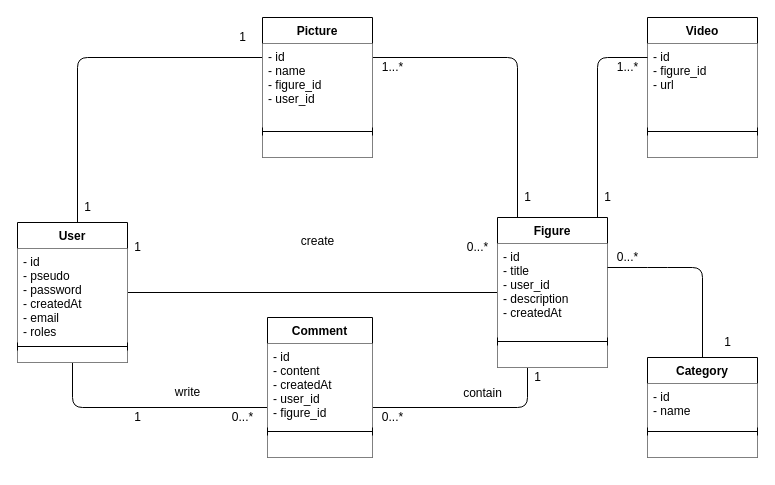
This is Diagrammes/Diagramme de classes/Diagramme de classes.drawio from JgPhil/Snowtricks, a draw.io file, before an edit. Source tidied: cells renumbered, new cells numbered last; positions are measured from the earlier drawing's top-left corner, leaving out a move shared by most shapes. Both pictures are drawn from the tidied source at 100%, with x=0, y=0 at pixel (17, 17).
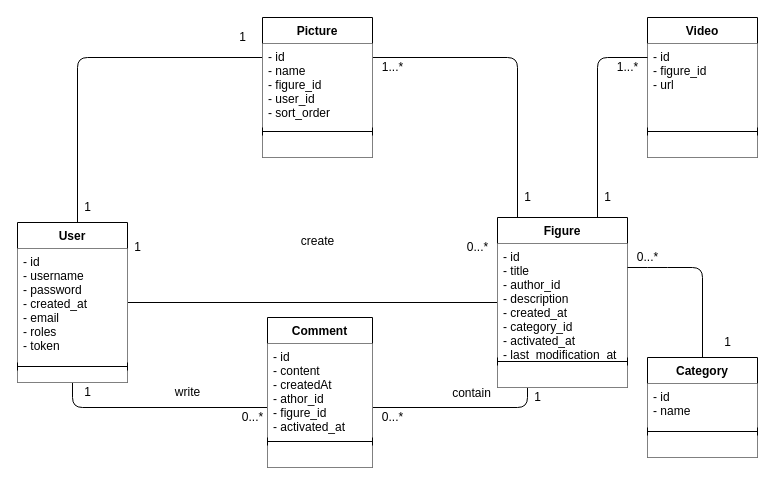
The same page after the edit.

The change refers to these unchanged cells:
```xml
<mxCell id="42" value="Picture" style="swimlane;fontStyle=1;align=center;verticalAlign=top;horizontal=1;startSize=26;swimlaneLine=1;backgroundOutline=0;fillColor=#ffffff;" parent="1" vertex="1">
  <mxGeometry x="245" width="110" height="140" as="geometry" />
</mxCell>
```

The edit, as a diff of the source:
```diff
@@
     <mxCell id="8" value="1" style="text;html=1;align=center;verticalAlign=middle;" parent="1" vertex="1">
-      <mxGeometry x="110" y="390" width="20" height="20" as="geometry" />
+      <mxGeometry x="60" y="365" width="20" height="20" as="geometry" />
     </mxCell>
@@
     <mxCell id="11" value="0...*" style="text;html=1;align=center;verticalAlign=middle;" parent="1" vertex="1">
-      <mxGeometry x="205" y="390" width="40" height="20" as="geometry" />
+      <mxGeometry x="215" y="390" width="40" height="20" as="geometry" />
     </mxCell>
     <mxCell id="12" value="Comment" style="swimlane;fontStyle=1;align=center;verticalAlign=top;horizontal=1;startSize=26;swimlaneLine=1;backgroundOutline=0;fillColor=#ffffff;" parent="1" vertex="1">
-      <mxGeometry x="250" y="300" width="105" height="140" as="geometry" />
+      <mxGeometry x="250" y="300" width="105" height="150" as="geometry" />
     </mxCell>
-    <mxCell id="13" value="- id&#10;- content&#10;- createdAt&#10;- user_id&#10;- figure_id" style="text;strokeColor=none;fillColor=#ffffff;align=left;verticalAlign=top;spacingLeft=4;spacingRight=4;overflow=hidden;shadow=0;" parent="12" vertex="1">
-      <mxGeometry y="26" width="105" height="84" as="geometry" />
+    <mxCell id="13" value="- id&#10;- content&#10;- createdAt&#10;- athor_id&#10;- figure_id&#10;- activated_at" style="text;strokeColor=none;fillColor=#ffffff;align=left;verticalAlign=top;spacingLeft=4;spacingRight=4;overflow=hidden;shadow=0;" parent="12" vertex="1">
+      <mxGeometry y="26" width="105" height="94" as="geometry" />
     </mxCell>
     <mxCell id="14" style="line;strokeWidth=1;fillColor=#ffffff;align=left;verticalAlign=middle;spacingTop=-1;spacingLeft=3;spacingRight=3;labelPosition=right;" parent="12" vertex="1">
-      <mxGeometry y="110" width="105" height="8" as="geometry" />
+      <mxGeometry y="120" width="105" height="8" as="geometry" />
     </mxCell>
     <mxCell id="15" style="text;strokeColor=none;fillColor=#ffffff;align=left;verticalAlign=top;spacingLeft=4;spacingRight=4;overflow=hidden;" parent="12" vertex="1">
-      <mxGeometry y="118" width="105" height="22" as="geometry" />
+      <mxGeometry y="128" width="105" height="22" as="geometry" />
     </mxCell>
@@
     <mxCell id="22" value="Figure" style="swimlane;fontStyle=1;align=center;verticalAlign=top;horizontal=1;startSize=26;swimlaneLine=1;backgroundOutline=0;fillColor=#ffffff;" parent="1" vertex="1">
-      <mxGeometry x="480" y="200" width="110" height="150" as="geometry" />
+      <mxGeometry x="480" y="200" width="130" height="170" as="geometry" />
     </mxCell>
-    <mxCell id="23" value="- id&#10;- title&#10;- user_id&#10;- description&#10;- createdAt" style="text;strokeColor=none;fillColor=#ffffff;align=left;verticalAlign=top;spacingLeft=4;spacingRight=4;overflow=hidden;shadow=0;" parent="22" vertex="1">
-      <mxGeometry y="26" width="110" height="94" as="geometry" />
+    <mxCell id="23" value="- id&#10;- title&#10;- author_id&#10;- description&#10;- created_at&#10;- category_id&#10;- activated_at&#10;- last_modification_at&#10;&#10;" style="text;strokeColor=none;fillColor=#ffffff;align=left;verticalAlign=top;spacingLeft=4;spacingRight=4;overflow=hidden;shadow=0;" parent="22" vertex="1">
+      <mxGeometry y="26" width="130" height="114" as="geometry" />
     </mxCell>
     <mxCell id="24" style="line;strokeWidth=1;fillColor=#ffffff;align=left;verticalAlign=middle;spacingTop=-1;spacingLeft=3;spacingRight=3;labelPosition=right;" parent="22" vertex="1">
-      <mxGeometry y="120" width="110" height="8" as="geometry" />
+      <mxGeometry y="140" width="130" height="8" as="geometry" />
     </mxCell>
     <mxCell id="25" style="text;strokeColor=none;fillColor=#ffffff;align=left;verticalAlign=top;spacingLeft=4;spacingRight=4;overflow=hidden;" parent="22" vertex="1">
-      <mxGeometry y="128" width="110" height="22" as="geometry" />
+      <mxGeometry y="148" width="130" height="22" as="geometry" />
     </mxCell>
@@
     <mxCell id="35" value="1" style="text;html=1;align=center;verticalAlign=middle;" parent="1" vertex="1">
-      <mxGeometry x="510" y="350" width="20" height="20" as="geometry" />
+      <mxGeometry x="510" y="370" width="20" height="20" as="geometry" />
     </mxCell>
@@
     <mxCell id="37" value="0...*" style="text;html=1;align=center;verticalAlign=middle;" parent="1" vertex="1">
-      <mxGeometry x="590" y="230" width="40" height="20" as="geometry" />
+      <mxGeometry x="610" y="230" width="40" height="20" as="geometry" />
     </mxCell>
     <mxCell id="38" value="User&#10;" style="swimlane;fontStyle=1;align=center;verticalAlign=top;horizontal=1;startSize=26;swimlaneLine=1;backgroundOutline=0;fillColor=#ffffff;" parent="1" vertex="1">
-      <mxGeometry y="205" width="110" height="140" as="geometry" />
+      <mxGeometry y="205" width="110" height="160" as="geometry" />
     </mxCell>
-    <mxCell id="39" value="- id&#10;- pseudo&#10;- password&#10;- createdAt&#10;- email&#10;- roles&#10;" style="text;strokeColor=none;fillColor=#ffffff;align=left;verticalAlign=top;spacingLeft=4;spacingRight=4;overflow=hidden;shadow=0;" parent="38" vertex="1">
-      <mxGeometry y="26" width="110" height="94" as="geometry" />
+    <mxCell id="39" value="- id&#10;- username&#10;- password&#10;- created_at&#10;- email&#10;- roles&#10;- token&#10;" style="text;strokeColor=none;fillColor=#ffffff;align=left;verticalAlign=top;spacingLeft=4;spacingRight=4;overflow=hidden;shadow=0;" parent="38" vertex="1">
+      <mxGeometry y="26" width="110" height="114" as="geometry" />
     </mxCell>
     <mxCell id="40" style="line;strokeWidth=1;fillColor=#ffffff;align=left;verticalAlign=middle;spacingTop=-1;spacingLeft=3;spacingRight=3;labelPosition=right;" parent="38" vertex="1">
-      <mxGeometry y="120" width="110" height="8" as="geometry" />
+      <mxGeometry y="140" width="110" height="8" as="geometry" />
     </mxCell>
     <mxCell id="41" style="text;strokeColor=none;fillColor=#ffffff;align=left;verticalAlign=top;spacingLeft=4;spacingRight=4;overflow=hidden;" parent="38" vertex="1">
-      <mxGeometry y="128" width="110" height="12" as="geometry" />
+      <mxGeometry y="148" width="110" height="12" as="geometry" />
     </mxCell>
@@
-    <mxCell id="43" value="- id&#10;- name&#10;- figure_id&#10;- user_id" style="text;strokeColor=none;fillColor=#ffffff;align=left;verticalAlign=top;spacingLeft=4;spacingRight=4;overflow=hidden;shadow=0;" parent="42" vertex="1">
+    <mxCell id="43" value="- id&#10;- name&#10;- figure_id&#10;- user_id&#10;- sort_order" style="text;strokeColor=none;fillColor=#ffffff;align=left;verticalAlign=top;spacingLeft=4;spacingRight=4;overflow=hidden;shadow=0;" parent="42" vertex="1">
       <mxGeometry y="26" width="110" height="84" as="geometry" />
     </mxCell>
```
